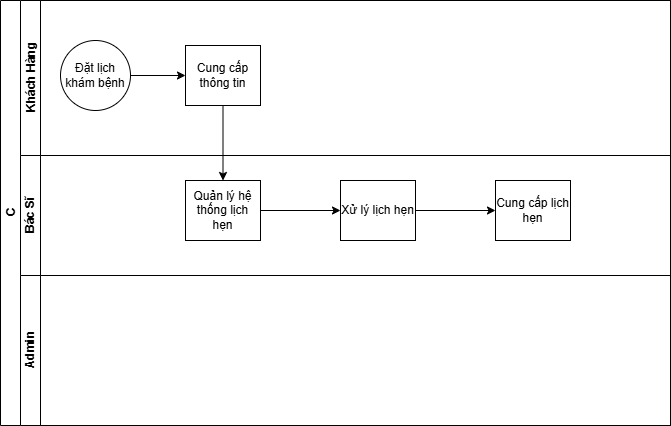
Junglou/-n keeps this draw.io diagram as QuyTrinhKhamBenh.drawio.png. Above is the earlier version. Source tidied: cells renumbered, new cells last; positions are measured from the earlier drawing's top-left corner, leaving out a move shared by most shapes.
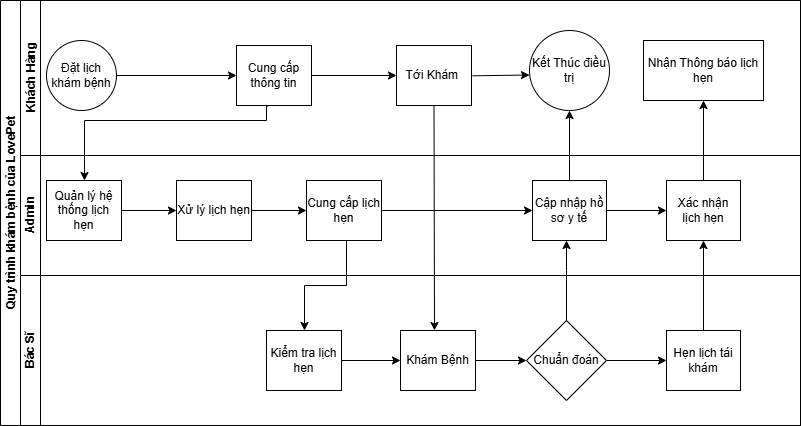
Above is the later version.

What changed in the source:
```diff
@@ -2,44 +2,134 @@
   <root>
     <mxCell id="0" />
     <mxCell id="1" parent="0" />
-    <mxCell id="2" value="C" style="swimlane;html=1;horizontal=0;startSize=20;" parent="1" vertex="1">
-      <mxGeometry width="670" height="425" as="geometry" />
+    <mxCell id="2" value="Quy trình khám bệnh của LovePet" style="swimlane;html=1;horizontal=0;startSize=20;" parent="1" vertex="1">
+      <mxGeometry width="800" height="425" as="geometry" />
     </mxCell>
     <mxCell id="3" value="Khách Hàng" style="swimlane;html=1;startSize=20;horizontal=0;" parent="2" vertex="1">
-      <mxGeometry x="20" width="650" height="155" as="geometry" />
+      <mxGeometry x="20" width="780" height="155" as="geometry" />
     </mxCell>
     <mxCell id="4" style="edgeStyle=orthogonalEdgeStyle;rounded=0;jettySize=auto;html=1;" parent="3" edge="1" source="5" target="6">
       <mxGeometry relative="1" as="geometry" />
     </mxCell>
     <mxCell id="5" value="Đặt lịch khám bệnh" style="ellipse;whiteSpace=wrap;html=1;" parent="3" vertex="1">
-      <mxGeometry x="40" y="40" width="70" height="70" as="geometry" />
+      <mxGeometry x="26" y="40" width="70" height="70" as="geometry" />
     </mxCell>
+    <mxCell id="15" style="edgeStyle=orthogonalEdgeStyle;rounded=0;jettySize=auto;html=1;" parent="3" edge="1" source="6" target="16">
+      <mxGeometry relative="1" as="geometry" />
+    </mxCell>
     <mxCell id="6" value="Cung cấp thông tin" style="whiteSpace=wrap;html=1;" parent="3" vertex="1">
-      <mxGeometry x="165" y="45" width="75" height="60" as="geometry" />
+      <mxGeometry x="216" y="45" width="75" height="60" as="geometry" />
     </mxCell>
+    <mxCell id="16" value="Tới Khám&amp;nbsp;" style="whiteSpace=wrap;html=1;" parent="3" vertex="1">
+      <mxGeometry x="376" y="45" width="75" height="60" as="geometry" />
+    </mxCell>
+    <mxCell id="17" value="Kết Thúc điều trị" style="ellipse;whiteSpace=wrap;html=1;" parent="3" vertex="1">
+      <mxGeometry x="509" y="30" width="80" height="80" as="geometry" />
+    </mxCell>
+    <mxCell id="18" value="Nhận Thông báo lịch hẹn" style="whiteSpace=wrap;html=1;" parent="3" vertex="1">
+      <mxGeometry x="623" y="40" width="120" height="60" as="geometry" />
+    </mxCell>
+    <mxCell id="19" style="endArrow=classic;html=1;rounded=0;entryX=-0.012;entryY=0.615;entryDx=0;entryDy=0;entryPerimeter=0;" parent="3" edge="1">
+      <mxGeometry relative="1" as="geometry">
+        <mxPoint x="452" y="75.3" as="sourcePoint" />
+        <mxPoint x="509" y="74.5" as="targetPoint" />
+      </mxGeometry>
+    </mxCell>
-    <mxCell id="7" value="Bác Sĩ" style="swimlane;html=1;startSize=20;horizontal=0;" parent="2" vertex="1">
-      <mxGeometry x="20" y="155" width="650" height="120" as="geometry" />
+    <mxCell id="7" value="Admin" style="swimlane;html=1;startSize=20;horizontal=0;" parent="2" vertex="1">
+      <mxGeometry x="20" y="155" width="780" height="120" as="geometry" />
     </mxCell>
     <mxCell id="8" style="edgeStyle=orthogonalEdgeStyle;rounded=0;jettySize=auto;html=1;" parent="7" edge="1" source="9" target="11">
       <mxGeometry relative="1" as="geometry" />
     </mxCell>
     <mxCell id="9" value="Quản lý hệ thống lịch hẹn" style="whiteSpace=wrap;html=1;" parent="7" vertex="1">
-      <mxGeometry x="165" y="25" width="75" height="60" as="geometry" />
+      <mxGeometry x="26" y="25" width="75" height="60" as="geometry" />
     </mxCell>
     <mxCell id="10" style="edgeStyle=orthogonalEdgeStyle;rounded=0;jettySize=auto;html=1;" parent="7" edge="1" source="11" target="12">
       <mxGeometry relative="1" as="geometry" />
     </mxCell>
     <mxCell id="11" value="Xử lý lịch hẹn" style="whiteSpace=wrap;html=1;" parent="7" vertex="1">
-      <mxGeometry x="320" y="25" width="75" height="60" as="geometry" />
+      <mxGeometry x="156" y="25" width="75" height="60" as="geometry" />
     </mxCell>
+    <mxCell id="20" style="edgeStyle=orthogonalEdgeStyle;rounded=0;jettySize=auto;html=1;entryX=0;entryY=0.5;entryDx=0;entryDy=0;" parent="7" edge="1" source="12" target="22">
+      <mxGeometry relative="1" as="geometry" />
+    </mxCell>
     <mxCell id="12" value="Cung cấp lịch hẹn" style="whiteSpace=wrap;html=1;" parent="7" vertex="1">
-      <mxGeometry x="475" y="25" width="75" height="60" as="geometry" />
+      <mxGeometry x="286" y="25" width="75" height="60" as="geometry" />
     </mxCell>
+    <mxCell id="21" style="edgeStyle=orthogonalEdgeStyle;rounded=0;orthogonalLoop=1;jettySize=auto;html=1;" parent="7" edge="1">
+      <mxGeometry relative="1" as="geometry">
+        <mxPoint x="581" y="55" as="sourcePoint" />
+        <mxPoint x="646" y="55" as="targetPoint" />
+      </mxGeometry>
+    </mxCell>
+    <mxCell id="22" value="Cập nhập hồ sơ y tế" style="whiteSpace=wrap;html=1;" parent="7" vertex="1">
+      <mxGeometry x="512" y="25" width="74" height="60" as="geometry" />
+    </mxCell>
+    <mxCell id="23" value="Xác nhận lịch hẹn" style="whiteSpace=wrap;html=1;" parent="7" vertex="1">
+      <mxGeometry x="646" y="25" width="74" height="60" as="geometry" />
+    </mxCell>
-    <mxCell id="13" value="Admin" style="swimlane;html=1;startSize=20;horizontal=0;" parent="2" vertex="1">
-      <mxGeometry x="20" y="275" width="650" height="150" as="geometry" />
+    <mxCell id="13" value="Bác Sĩ" style="swimlane;html=1;startSize=20;horizontal=0;" parent="2" vertex="1">
+      <mxGeometry x="20" y="275" width="780" height="150" as="geometry" />
     </mxCell>
+    <mxCell id="24" style="edgeStyle=orthogonalEdgeStyle;rounded=0;jettySize=auto;html=1;" parent="13" edge="1" source="25" target="27">
+      <mxGeometry relative="1" as="geometry" />
+    </mxCell>
+    <mxCell id="25" value="Kiểm tra lịch hẹn" style="whiteSpace=wrap;html=1;" parent="13" vertex="1">
+      <mxGeometry x="246" y="55" width="75" height="60" as="geometry" />
+    </mxCell>
+    <mxCell id="26" style="edgeStyle=orthogonalEdgeStyle;rounded=0;jettySize=auto;html=1;" parent="13" edge="1" source="27" target="29">
+      <mxGeometry relative="1" as="geometry" />
+    </mxCell>
+    <mxCell id="27" value="Khám Bệnh" style="whiteSpace=wrap;html=1;" parent="13" vertex="1">
+      <mxGeometry x="380" y="55" width="75" height="60" as="geometry" />
+    </mxCell>
+    <mxCell id="28" style="edgeStyle=orthogonalEdgeStyle;rounded=0;jettySize=auto;html=1;" parent="13" edge="1" source="29" target="30">
+      <mxGeometry relative="1" as="geometry" />
+    </mxCell>
+    <mxCell id="29" value="Chuẩn đoán" style="rhombus;whiteSpace=wrap;html=1;" parent="13" vertex="1">
+      <mxGeometry x="506" y="45" width="80" height="80" as="geometry" />
+    </mxCell>
+    <mxCell id="30" value="Hẹn lịch tái khám" style="whiteSpace=wrap;html=1;" parent="13" vertex="1">
+      <mxGeometry x="646" y="55" width="74" height="60" as="geometry" />
+    </mxCell>
-    <mxCell id="14" style="edgeStyle=orthogonalEdgeStyle;rounded=0;jettySize=auto;html=1;" parent="2" edge="1" source="6" target="9">
-      <mxGeometry relative="1" as="geometry" />
+    <mxCell id="14" style="edgeStyle=orthogonalEdgeStyle;rounded=0;jettySize=auto;html=1;exitX=0.421;exitY=1.01;exitDx=0;exitDy=0;exitPerimeter=0;" parent="2" edge="1" source="6" target="9">
+      <mxGeometry relative="1" as="geometry">
+        <Array as="points">
+          <mxPoint x="266" y="106" />
+          <mxPoint x="266" y="120" />
+          <mxPoint x="84" y="120" />
+        </Array>
+      </mxGeometry>
     </mxCell>
+    <mxCell id="31" style="edgeStyle=orthogonalEdgeStyle;rounded=0;jettySize=auto;html=1;" parent="2" edge="1" source="12" target="25">
+      <mxGeometry relative="1" as="geometry">
+        <Array as="points">
+          <mxPoint x="346" y="285" />
+          <mxPoint x="304" y="285" />
+        </Array>
+      </mxGeometry>
+    </mxCell>
+    <mxCell id="32" style="edgeStyle=orthogonalEdgeStyle;rounded=0;jettySize=auto;html=1;" parent="2" edge="1" source="29" target="22">
+      <mxGeometry relative="1" as="geometry">
+        <Array as="points">
+          <mxPoint x="566" y="270" />
+          <mxPoint x="566" y="270" />
+        </Array>
+      </mxGeometry>
+    </mxCell>
+    <mxCell id="33" style="endArrow=classic;html=1;rounded=0;exitX=0.5;exitY=1;exitDx=0;exitDy=0;" parent="2" edge="1" source="16">
+      <mxGeometry relative="1" as="geometry">
+        <mxPoint x="434" y="330" as="targetPoint" />
+      </mxGeometry>
+    </mxCell>
+    <mxCell id="34" style="edgeStyle=orthogonalEdgeStyle;rounded=0;jettySize=auto;html=1;" parent="2" edge="1" source="22" target="17">
+      <mxGeometry relative="1" as="geometry" />
+    </mxCell>
+    <mxCell id="35" style="edgeStyle=orthogonalEdgeStyle;rounded=0;jettySize=auto;html=1;" parent="2" edge="1" source="30" target="23">
+      <mxGeometry relative="1" as="geometry" />
+    </mxCell>
+    <mxCell id="36" style="edgeStyle=orthogonalEdgeStyle;rounded=0;jettySize=auto;html=1;" parent="2" edge="1" source="23" target="18">
+      <mxGeometry relative="1" as="geometry" />
+    </mxCell>
   </root>
 </mxGraphModel>
```
